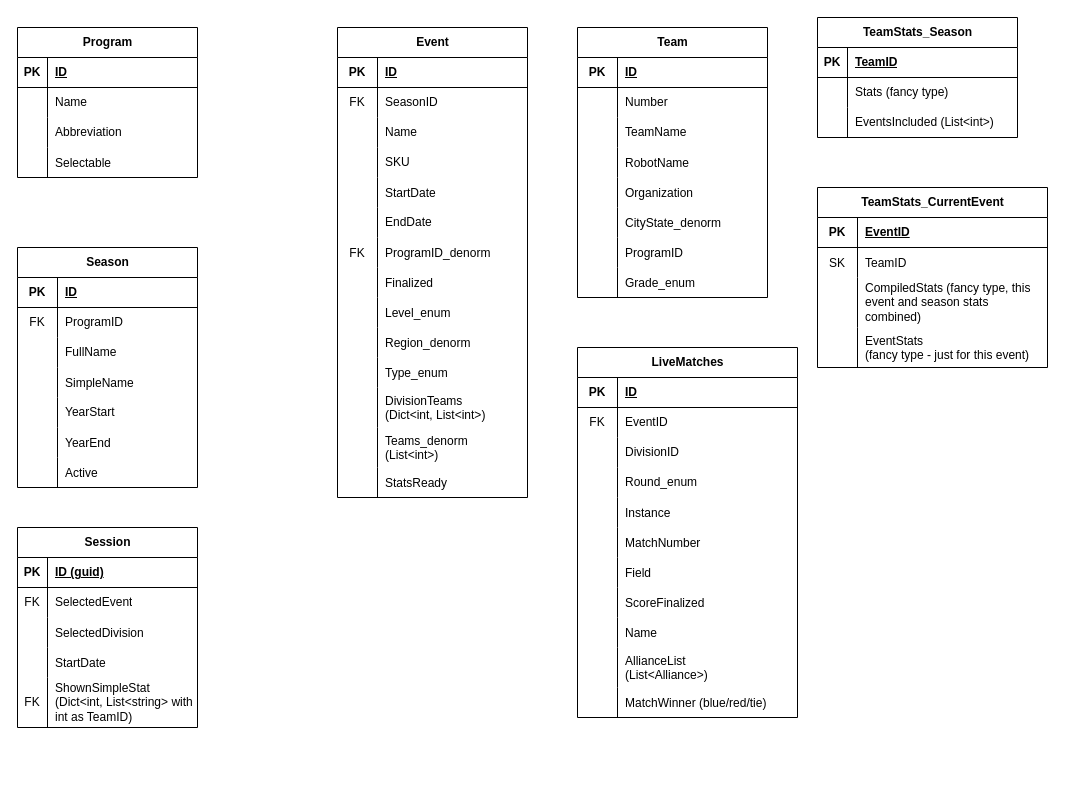
Earlier version of the draw.io diagram Notes/Database structures/Emcee App DB Diagrams.drawio (reece-berens/vex-emcee-app). Source tidied: cells renumbered, new cells numbered last; positions are measured from the earlier drawing's top-left corner, leaving out a move shared by most shapes. Both pictures are drawn from the tidied source at 100%, with x=0, y=0 at pixel (17, 17).
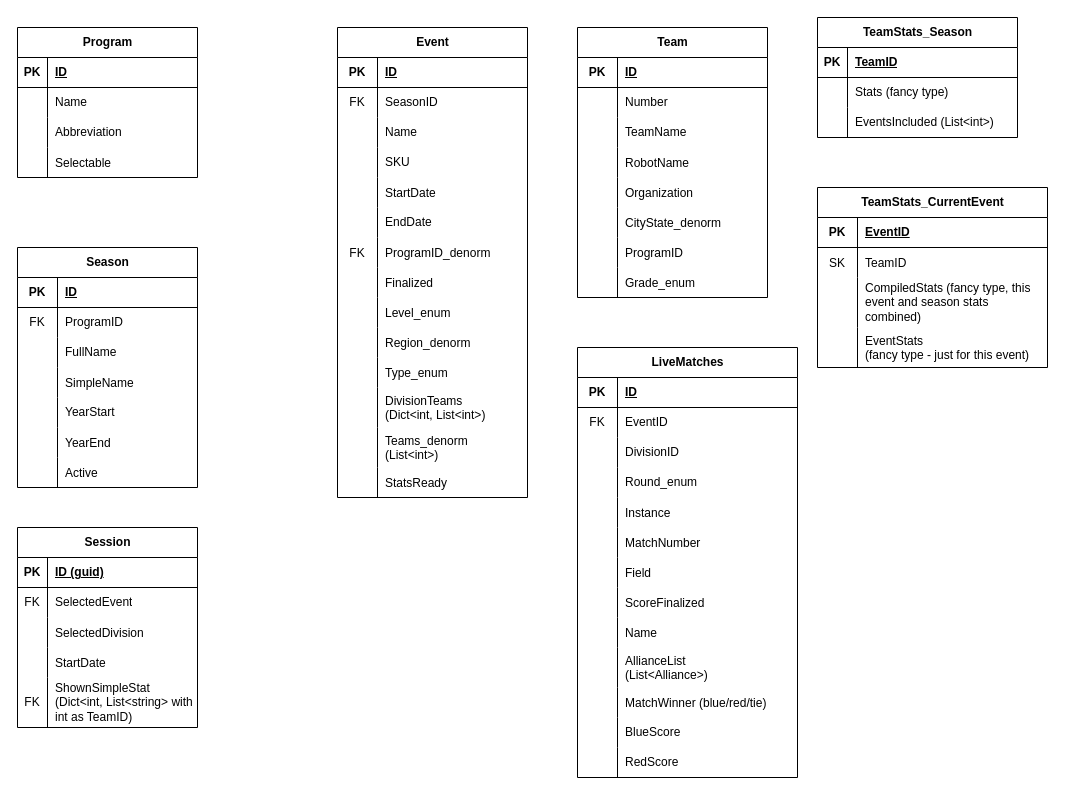
After the change.

What changed in the source:
```diff
@@
     <mxCell id="93" value="LiveMatches" style="shape=table;startSize=30;childLayout=tableLayout;rowLines=0;fontStyle=1;align=center;html=1;" parent="1" vertex="1">
-      <mxGeometry x="560" y="330" width="220" height="370" as="geometry" />
+      <mxGeometry x="560" y="330" width="220" height="430" as="geometry" />
     </mxCell>
@@
+    <mxCell id="178" style="shape=tableRow;horizontal=0;startSize=0;swimlaneHead=0;swimlaneBody=0;fillColor=none;top=0;left=0;right=0;bottom=0;" parent="93" vertex="1">
+      <mxGeometry y="370" width="220" height="30" as="geometry" />
+    </mxCell>
+    <mxCell id="179" style="shape=partialRectangle;fillColor=none;top=0;left=0;bottom=0;right=0;fontStyle=0;overflow=hidden;whiteSpace=wrap;html=1;" parent="178" vertex="1">
+      <mxGeometry width="40" height="30" as="geometry" />
+    </mxCell>
+    <mxCell id="180" value="BlueScore" style="shape=partialRectangle;fillColor=none;top=0;left=0;bottom=0;right=0;align=left;spacingLeft=6;fontStyle=0;overflow=hidden;whiteSpace=wrap;html=1;" parent="178" vertex="1">
+      <mxGeometry x="40" width="180" height="30" as="geometry" />
+    </mxCell>
+    <mxCell id="181" style="shape=tableRow;horizontal=0;startSize=0;swimlaneHead=0;swimlaneBody=0;fillColor=none;top=0;left=0;right=0;bottom=0;" parent="93" vertex="1">
+      <mxGeometry y="400" width="220" height="30" as="geometry" />
+    </mxCell>
+    <mxCell id="182" style="shape=partialRectangle;fillColor=none;top=0;left=0;bottom=0;right=0;fontStyle=0;overflow=hidden;whiteSpace=wrap;html=1;" parent="181" vertex="1">
+      <mxGeometry width="40" height="30" as="geometry" />
+    </mxCell>
+    <mxCell id="183" value="RedScore" style="shape=partialRectangle;fillColor=none;top=0;left=0;bottom=0;right=0;align=left;spacingLeft=6;fontStyle=0;overflow=hidden;whiteSpace=wrap;html=1;" parent="181" vertex="1">
+      <mxGeometry x="40" width="180" height="30" as="geometry" />
+    </mxCell>
```
